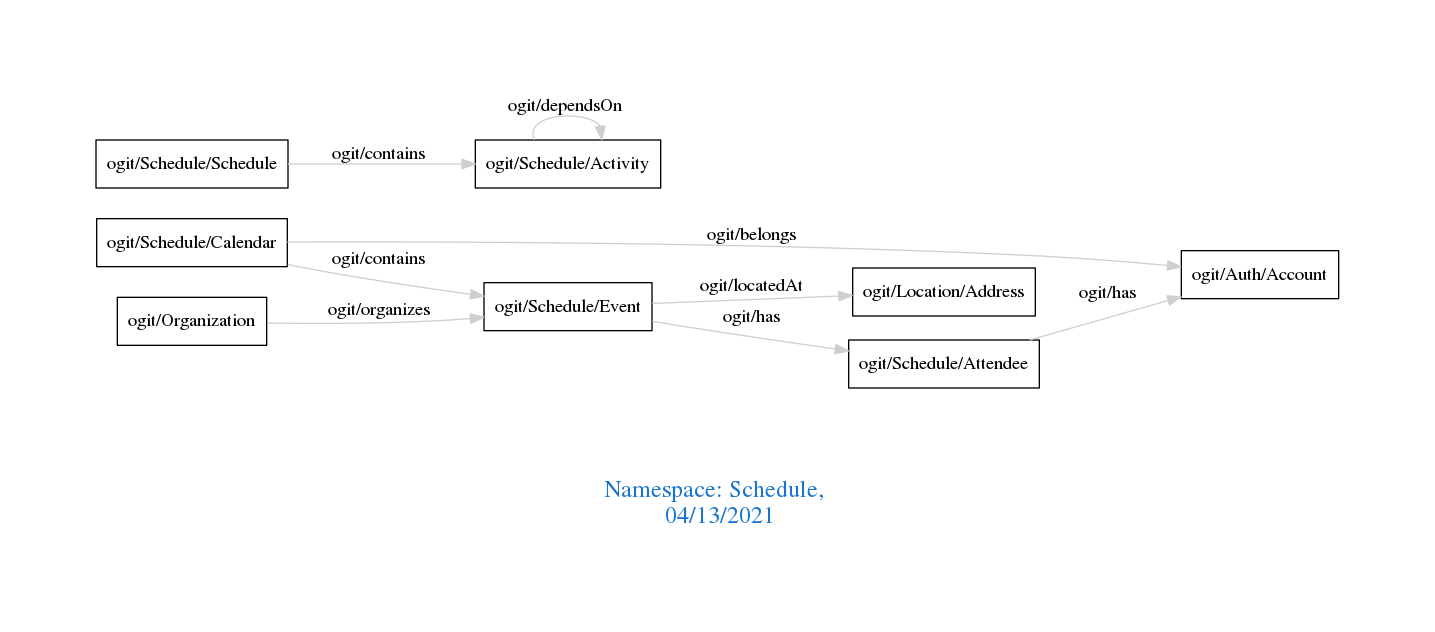
The Graphviz diagram downloads/Schedule.png in arago/OGIT, before a commit. Its source is kept beside it as downloads/Schedule.dot.
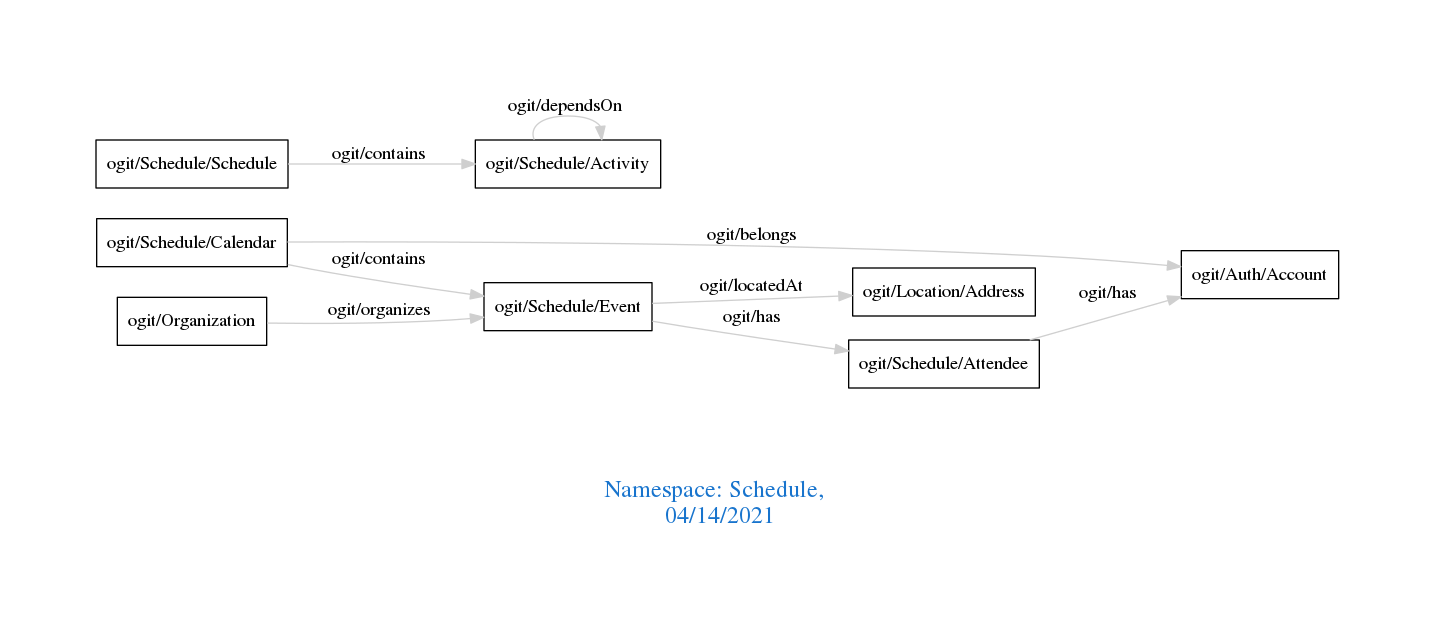
Later version of the same file.

What changed in the source:
```diff
@@ -1,7 +1,7 @@
 digraph OGIT_ontology {
  graph [ rankdir= LR,pad=1
 fontsize = 18,
-fontcolor= dodgerblue3,label = "\n\n\nNamespace: Schedule, \n 04/13/2021"];
+fontcolor= dodgerblue3,label = "\n\n\nNamespace: Schedule, \n 04/14/2021"];
 node[shape=polygon];
 edge [  color="gray81"];
 
```
